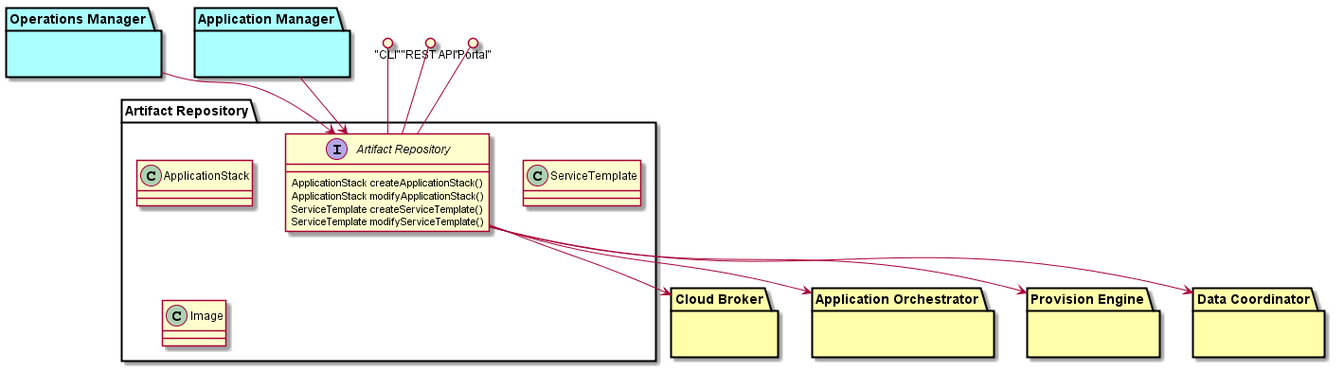
Earlier version of the PlantUML export design/ArtifactRepository/Class Overview.png (CAADE/C3). Its diagram source:
```plantuml
@startuml
package "Artifact Repository" {
  interface "Artifact Repository" {
      ApplicationStack createApplicationStack()
      ApplicationStack modifyApplicationStack()
      ServiceTemplate createServiceTemplate()
      ServiceTemplate modifyServiceTemplate()
  }
  class ApplicationStack {

  }
  class ServiceTemplate {

  }
  class Image {
  }
}
"CLI" ()-- "Artifact Repository"
"REST API" ()-- "Artifact Repository"
"Portal" ()-- "Artifact Repository"

package "Cloud Broker"  #ffffaa {}
package "Application Orchestrator" #ffffaa {}
package "Provision Engine" #ffffaa {}
package "Data Coordinator" #ffffaa {}
package "Operations Manager" #aaffff {}
package "Application Manager" #aaffff {}

"Operations Manager" --> "Artifact Repository"
"Application Manager" --> "Artifact Repository"
"Artifact Repository" --> "Cloud Broker"
"Artifact Repository" --> "Provision Engine"
"Artifact Repository" --> "Data Coordinator"
"Artifact Repository" --> "Application Orchestrator"

@enduml
```
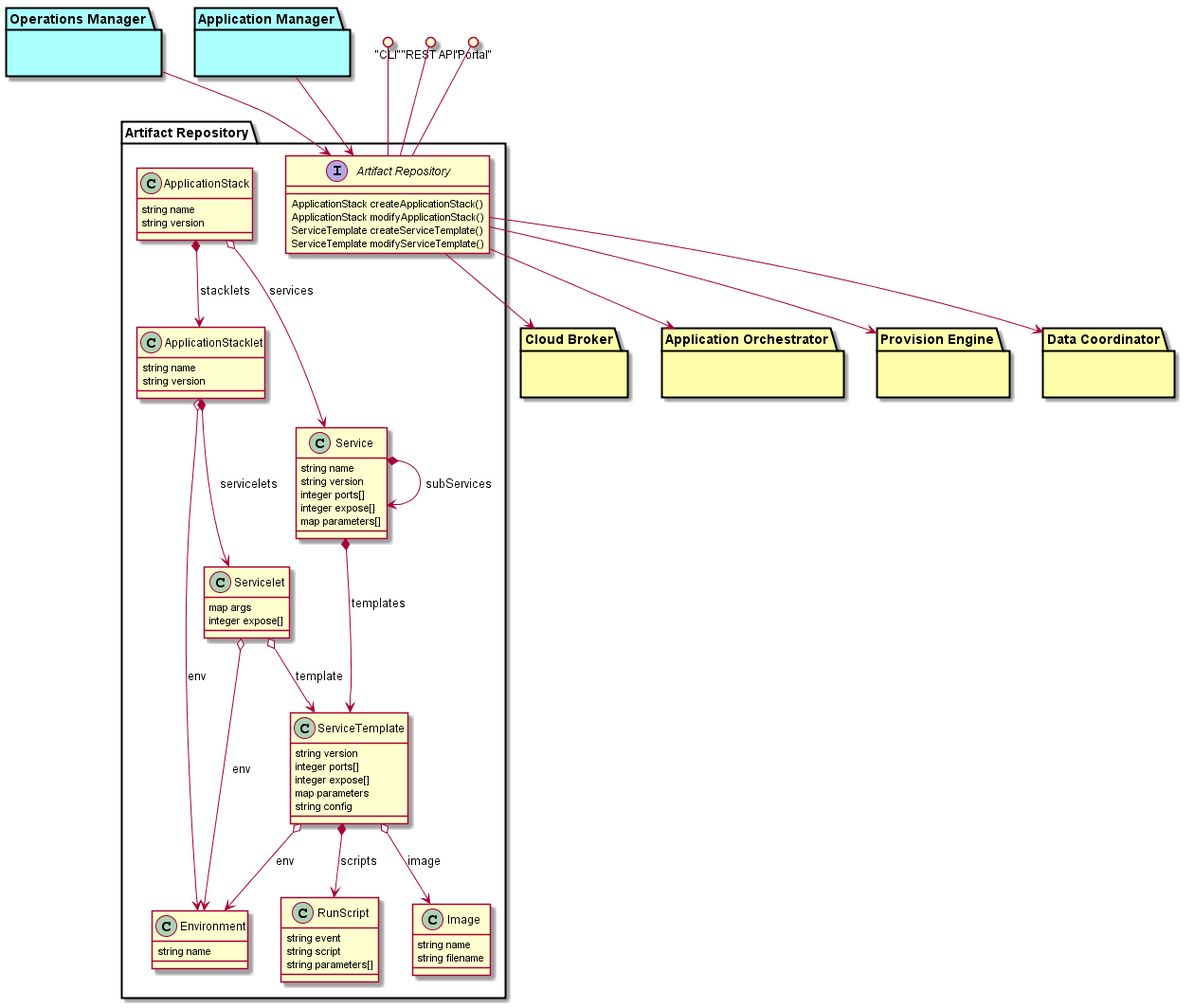
The same file after the commit.

What changed in the source:
```diff
@@ -7,14 +7,57 @@
       ServiceTemplate modifyServiceTemplate()
   }
   class ApplicationStack {
-
+    string name
+    string version
+  }
+  class ApplicationStacklet {
+    string name
+    string version
+  }
+  class Service {
+    string name
+    string version
+    integer ports[]
+    integer expose[]
+    map parameters[]
   }
   class ServiceTemplate {
+    string version
+    integer ports[]
+    integer expose[]
+    map parameters
+    string config
+  }
+  class Servicelet {
+    map args
+    integer expose[]
+    }
 
+  class RunScript {
+    string event
+    string script
+    string parameters[]
   }
   class Image {
+    string name
+    string filename
+  }
+  class Environment {
+    string name
   }
 }
+Service *--> Service: subServices
+Service *--> ServiceTemplate : templates
+ServiceTemplate o--> Environment : env
+ServiceTemplate *--> RunScript : scripts
+ServiceTemplate o--> Image : image
+Servicelet o--> Environment : env
+Servicelet o--> ServiceTemplate : template
+ApplicationStack *--> "ApplicationStacklet" : stacklets
+ApplicationStacklet o--> "Environment" : env
+ApplicationStacklet *--> "Servicelet" : servicelets
+ApplicationStack o--> "Service" : services
+
 "CLI" ()-- "Artifact Repository"
 "REST API" ()-- "Artifact Repository"
 "Portal" ()-- "Artifact Repository"
```
